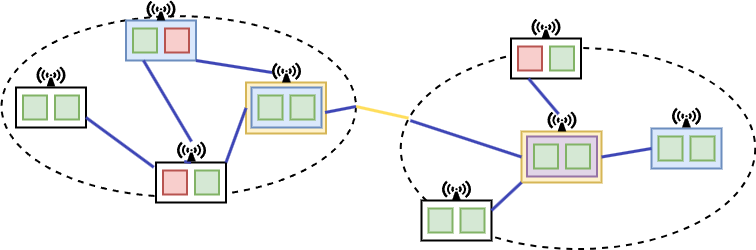
Above: 名称未設定ファイル.drawio.png in Creammilky/draw.io (draw.io), before the change. Source tidied: cells renumbered, new cells last; positions are measured from the earlier drawing's top-left corner, leaving out a move shared by most shapes.
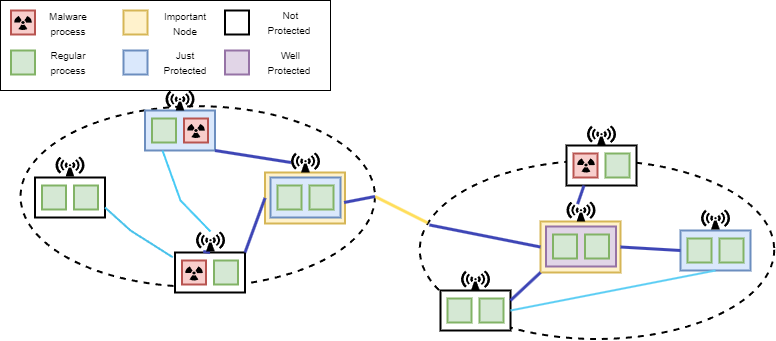
Later version of the same file.

Change to the diagram source:
```diff
@@ -3,7 +3,7 @@
     <mxCell id="0" />
     <mxCell id="1" parent="0" />
     <mxCell id="2" style="ellipse;whiteSpace=wrap;html=1;dashed=1;strokeWidth=2;fillStyle=hatch;fillColor=none;gradientColor=none;" parent="1" vertex="1">
-      <mxGeometry x="399.2" y="47.5" width="354.5" height="201" as="geometry" />
+      <mxGeometry x="399.2" y="70" width="354.5" height="178.5" as="geometry" />
     </mxCell>
     <mxCell id="3" style="ellipse;whiteSpace=wrap;html=1;dashed=1;strokeWidth=2;fillStyle=hatch;fillColor=none;gradientColor=none;" parent="1" vertex="1">
       <mxGeometry y="15.7" width="354.5" height="180.6" as="geometry" />
@@ -48,13 +48,13 @@
       <mxGeometry x="289" y="95" width="24" height="24" as="geometry" />
     </mxCell>
     <mxCell id="17" style="rounded=0;whiteSpace=wrap;html=1;strokeWidth=2;" parent="1" vertex="1">
-      <mxGeometry x="509.5" y="38" width="70" height="40" as="geometry" />
+      <mxGeometry x="546" y="55" width="70" height="40" as="geometry" />
     </mxCell>
     <mxCell id="18" style="whiteSpace=wrap;html=1;strokeWidth=2;fillColor=#f8cecc;strokeColor=#b85450;" parent="1" vertex="1">
-      <mxGeometry x="516.5" y="46" width="24" height="24" as="geometry" />
+      <mxGeometry x="553" y="63" width="24" height="24" as="geometry" />
     </mxCell>
     <mxCell id="19" style="whiteSpace=wrap;html=1;strokeWidth=2;fillColor=#d5e8d4;strokeColor=#82b366;" parent="1" vertex="1">
-      <mxGeometry x="548.5" y="46" width="24" height="24" as="geometry" />
+      <mxGeometry x="585" y="63" width="24" height="24" as="geometry" />
     </mxCell>
     <mxCell id="20" style="rounded=0;whiteSpace=wrap;html=1;strokeWidth=2;" parent="1" vertex="1">
       <mxGeometry x="420" y="200" width="70" height="40" as="geometry" />
@@ -66,13 +66,13 @@
       <mxGeometry x="459" y="208" width="24" height="24" as="geometry" />
     </mxCell>
     <mxCell id="23" style="rounded=0;whiteSpace=wrap;html=1;strokeWidth=2;fillColor=#dae8fc;strokeColor=#6c8ebf;" parent="1" vertex="1">
-      <mxGeometry x="650" y="128" width="70" height="40" as="geometry" />
+      <mxGeometry x="660" y="140" width="70" height="40" as="geometry" />
     </mxCell>
     <mxCell id="24" style="whiteSpace=wrap;html=1;strokeWidth=2;fillColor=#d5e8d4;strokeColor=#82b366;" parent="1" vertex="1">
-      <mxGeometry x="657" y="136" width="24" height="24" as="geometry" />
+      <mxGeometry x="667" y="148" width="24" height="24" as="geometry" />
     </mxCell>
     <mxCell id="25" style="whiteSpace=wrap;html=1;strokeWidth=2;fillColor=#d5e8d4;strokeColor=#82b366;" parent="1" vertex="1">
-      <mxGeometry x="689" y="136" width="24" height="24" as="geometry" />
+      <mxGeometry x="699" y="148" width="24" height="24" as="geometry" />
     </mxCell>
     <mxCell id="26" style="rounded=0;whiteSpace=wrap;html=1;strokeWidth=2;fillStyle=auto;labelBackgroundColor=none;strokeColor=#d6b656;fillColor=#fff2cc;" parent="1" vertex="1">
       <mxGeometry x="520" y="131" width="80" height="51" as="geometry" />
@@ -89,14 +89,22 @@
     <mxCell id="30" style="endArrow=none;html=1;rounded=0;entryX=0;entryY=0.5;entryDx=0;entryDy=0;exitX=1;exitY=0;exitDx=0;exitDy=0;strokeWidth=3;strokeColor=#3e46b6;" parent="1" edge="1" source="8" target="4">
       <mxGeometry relative="1" as="geometry" />
     </mxCell>
-    <mxCell id="31" style="endArrow=none;html=1;rounded=0;entryX=-0.032;entryY=0.119;entryDx=0;entryDy=0;exitX=1;exitY=0.75;exitDx=0;exitDy=0;strokeWidth=3;strokeColor=#3e46b6;entryPerimeter=0;" parent="1" edge="1" source="5" target="8">
-      <mxGeometry relative="1" as="geometry" />
+    <mxCell id="31" style="endArrow=none;html=1;rounded=0;entryX=-0.032;entryY=0.119;entryDx=0;entryDy=0;exitX=1;exitY=0.75;exitDx=0;exitDy=0;strokeWidth=2;strokeColor=#48c1ea;entryPerimeter=0;" parent="1" edge="1" source="5" target="8">
+      <mxGeometry relative="1" as="geometry">
+        <Array as="points">
+          <mxPoint x="110" y="140" />
+        </Array>
+      </mxGeometry>
     </mxCell>
     <mxCell id="32" style="endArrow=none;html=1;rounded=0;entryX=0;entryY=0.5;entryDx=0;entryDy=0;exitX=1;exitY=1;exitDx=0;exitDy=0;strokeWidth=3;strokeColor=#3e46b6;entryPerimeter=0;" parent="1" edge="1" source="11" target="38">
       <mxGeometry relative="1" as="geometry" />
     </mxCell>
-    <mxCell id="33" style="endArrow=none;html=1;rounded=0;entryX=0.25;entryY=1;entryDx=0;entryDy=0;exitX=0.5;exitY=0;exitDx=0;exitDy=0;strokeWidth=3;strokeColor=#3e46b6;" parent="1" edge="1" source="37" target="11">
-      <mxGeometry relative="1" as="geometry" />
+    <mxCell id="33" style="endArrow=none;html=1;rounded=0;entryX=0.25;entryY=1;entryDx=0;entryDy=0;exitX=0.5;exitY=0;exitDx=0;exitDy=0;strokeWidth=2;strokeColor=#47caf5;" parent="1" edge="1" source="37" target="11">
+      <mxGeometry relative="1" as="geometry">
+        <Array as="points">
+          <mxPoint x="160" y="110" />
+        </Array>
+      </mxGeometry>
     </mxCell>
     <mxCell id="34" style="shape=mxgraph.signs.safety.non-ionizing_radiation;html=1;fillColor=#000000;strokeColor=none;verticalLabelPosition=bottom;verticalAlign=top;align=center;sketch=0;strokeWidth=1;fillStyle=auto;" parent="1" vertex="1">
       <mxGeometry x="35" y="66" width="29" height="20" as="geometry" />
@@ -117,7 +125,7 @@
       <mxGeometry x="440.5" y="180" width="29" height="20" as="geometry" />
     </mxCell>
     <mxCell id="40" style="shape=mxgraph.signs.safety.non-ionizing_radiation;html=1;fillColor=#000000;strokeColor=none;verticalLabelPosition=bottom;verticalAlign=top;align=center;sketch=0;strokeWidth=1;fillStyle=auto;" parent="1" vertex="1">
-      <mxGeometry x="530" y="18" width="29" height="20" as="geometry" />
+      <mxGeometry x="566.5" y="35" width="29" height="20" as="geometry" />
     </mxCell>
     <mxCell id="41" style="shape=mxgraph.signs.safety.non-ionizing_radiation;html=1;fillColor=#000000;strokeColor=none;verticalLabelPosition=bottom;verticalAlign=top;align=center;sketch=0;strokeWidth=1;fillStyle=auto;" parent="1" vertex="1">
       <mxGeometry x="546" y="111" width="29" height="20" as="geometry" />
@@ -132,7 +140,7 @@
       <mxGeometry relative="1" as="geometry" />
     </mxCell>
     <mxCell id="45" style="shape=mxgraph.signs.safety.non-ionizing_radiation;html=1;fillColor=#000000;strokeColor=none;verticalLabelPosition=bottom;verticalAlign=top;align=center;sketch=0;strokeWidth=1;fillStyle=auto;" parent="1" vertex="1">
-      <mxGeometry x="670.5" y="107" width="29" height="20" as="geometry" />
+      <mxGeometry x="680.5" y="119" width="29" height="20" as="geometry" />
     </mxCell>
     <mxCell id="46" style="endArrow=none;html=1;rounded=0;entryX=0;entryY=0.5;entryDx=0;entryDy=0;strokeWidth=3;strokeColor=#3e46b6;exitX=1;exitY=0.5;exitDx=0;exitDy=0;" parent="1" edge="1" source="26" target="23">
       <mxGeometry relative="1" as="geometry" />
@@ -143,5 +151,59 @@
     <mxCell id="48" style="endArrow=none;html=1;rounded=0;entryX=0.027;entryY=0.361;entryDx=0;entryDy=0;strokeWidth=3;strokeColor=#3e46b6;exitX=0;exitY=0.5;exitDx=0;exitDy=0;entryPerimeter=0;" parent="1" edge="1" source="26" target="2">
       <mxGeometry relative="1" as="geometry" />
     </mxCell>
+    <mxCell id="49" style="shape=mxgraph.signs.safety.radiation;html=1;fillColor=#000000;strokeColor=none;verticalLabelPosition=bottom;verticalAlign=top;align=center;sketch=0;" parent="1" vertex="1">
+      <mxGeometry x="166.5" y="33.5" width="18" height="14" as="geometry" />
+    </mxCell>
+    <mxCell id="50" style="shape=mxgraph.signs.safety.radiation;html=1;fillColor=#000000;strokeColor=none;verticalLabelPosition=bottom;verticalAlign=top;align=center;sketch=0;" parent="1" vertex="1">
+      <mxGeometry x="164.5" y="176" width="18" height="14" as="geometry" />
+    </mxCell>
+    <mxCell id="51" style="shape=mxgraph.signs.safety.radiation;html=1;fillColor=#000000;strokeColor=none;verticalLabelPosition=bottom;verticalAlign=top;align=center;sketch=0;" parent="1" vertex="1">
+      <mxGeometry x="556.5" y="68" width="18" height="14" as="geometry" />
+    </mxCell>
+    <mxCell id="52" style="endArrow=none;html=1;rounded=0;entryX=1;entryY=0.5;entryDx=0;entryDy=0;strokeWidth=2;strokeColor=#5dcef4;exitX=0.5;exitY=1;exitDx=0;exitDy=0;" parent="1" edge="1" source="23" target="20">
+      <mxGeometry relative="1" as="geometry" />
+    </mxCell>
+    <mxCell id="53" style="rounded=0;whiteSpace=wrap;html=1;" parent="1" vertex="1">
+      <mxGeometry x="-20" y="-90" width="330" height="90" as="geometry" />
+    </mxCell>
+    <mxCell id="54" style="whiteSpace=wrap;html=1;strokeWidth=2;fillColor=#f8cecc;strokeColor=#b85450;" parent="1" vertex="1">
+      <mxGeometry x="-9.5" y="-80" width="24" height="24" as="geometry" />
+    </mxCell>
+    <mxCell id="55" style="shape=mxgraph.signs.safety.radiation;html=1;fillColor=#000000;strokeColor=none;verticalLabelPosition=bottom;verticalAlign=top;align=center;sketch=0;" parent="1" vertex="1">
+      <mxGeometry x="-6.5" y="-74.5" width="18" height="14" as="geometry" />
+    </mxCell>
+    <mxCell id="56" style="whiteSpace=wrap;html=1;strokeWidth=2;fillColor=#d5e8d4;strokeColor=#82b366;" parent="1" vertex="1">
+      <mxGeometry x="-9.5" y="-40" width="24" height="24" as="geometry" />
+    </mxCell>
+    <mxCell id="57" style="rounded=0;whiteSpace=wrap;html=1;strokeWidth=2;fillStyle=auto;labelBackgroundColor=none;strokeColor=#d6b656;fillColor=#fff2cc;" parent="1" vertex="1">
+      <mxGeometry x="103" y="-80" width="24" height="24" as="geometry" />
+    </mxCell>
+    <mxCell id="58" style="rounded=0;whiteSpace=wrap;html=1;strokeWidth=2;fillStyle=auto;labelBackgroundColor=none;strokeColor=#6c8ebf;fillColor=#dae8fc;" parent="1" vertex="1">
+      <mxGeometry x="103" y="-40" width="24" height="24" as="geometry" />
+    </mxCell>
+    <mxCell id="59" style="rounded=0;whiteSpace=wrap;html=1;strokeWidth=2;fillStyle=auto;labelBackgroundColor=none;strokeColor=#9673a6;fillColor=#e1d5e7;" parent="1" vertex="1">
+      <mxGeometry x="204.5" y="-40" width="24" height="24" as="geometry" />
+    </mxCell>
+    <mxCell id="60" value="&lt;font face=&quot;Helvetica&quot; style=&quot;font-size: 10px;&quot;&gt;Malware process&lt;/font&gt;" style="text;html=1;strokeColor=none;fillColor=none;align=center;verticalAlign=middle;whiteSpace=wrap;rounded=0;" parent="1" vertex="1">
+      <mxGeometry x="17.5" y="-82.5" width="60" height="30" as="geometry" />
+    </mxCell>
+    <mxCell id="61" value="&lt;font face=&quot;Helvetica&quot; style=&quot;font-size: 10px;&quot;&gt;Regular process&lt;/font&gt;" style="text;html=1;strokeColor=none;fillColor=none;align=center;verticalAlign=middle;whiteSpace=wrap;rounded=0;" parent="1" vertex="1">
+      <mxGeometry x="17.5" y="-43" width="60" height="30" as="geometry" />
+    </mxCell>
+    <mxCell id="62" value="&lt;span style=&quot;font-size: 10px;&quot;&gt;Important Node&lt;/span&gt;" style="text;html=1;strokeColor=none;fillColor=none;align=center;verticalAlign=middle;whiteSpace=wrap;rounded=0;" parent="1" vertex="1">
+      <mxGeometry x="134.5" y="-82.5" width="60" height="30" as="geometry" />
+    </mxCell>
+    <mxCell id="63" value="&lt;span style=&quot;font-size: 10px;&quot;&gt;Just Protected&lt;/span&gt;" style="text;html=1;strokeColor=none;fillColor=none;align=center;verticalAlign=middle;whiteSpace=wrap;rounded=0;" parent="1" vertex="1">
+      <mxGeometry x="134.5" y="-43" width="60" height="30" as="geometry" />
+    </mxCell>
+    <mxCell id="64" value="&lt;span style=&quot;font-size: 10px;&quot;&gt;&amp;nbsp;Well Protected&lt;/span&gt;" style="text;html=1;strokeColor=none;fillColor=none;align=center;verticalAlign=middle;whiteSpace=wrap;rounded=0;" parent="1" vertex="1">
+      <mxGeometry x="239" y="-43" width="60" height="30" as="geometry" />
+    </mxCell>
+    <mxCell id="65" style="rounded=0;whiteSpace=wrap;html=1;strokeWidth=2;fillStyle=auto;labelBackgroundColor=none;" parent="1" vertex="1">
+      <mxGeometry x="204.5" y="-80" width="24" height="24" as="geometry" />
+    </mxCell>
+    <mxCell id="66" value="&lt;span style=&quot;font-size: 10px;&quot;&gt;&amp;nbsp;Not Protected&lt;/span&gt;" style="text;html=1;strokeColor=none;fillColor=none;align=center;verticalAlign=middle;whiteSpace=wrap;rounded=0;" parent="1" vertex="1">
+      <mxGeometry x="239" y="-83" width="60" height="30" as="geometry" />
+    </mxCell>
   </root>
 </mxGraphModel>
```
